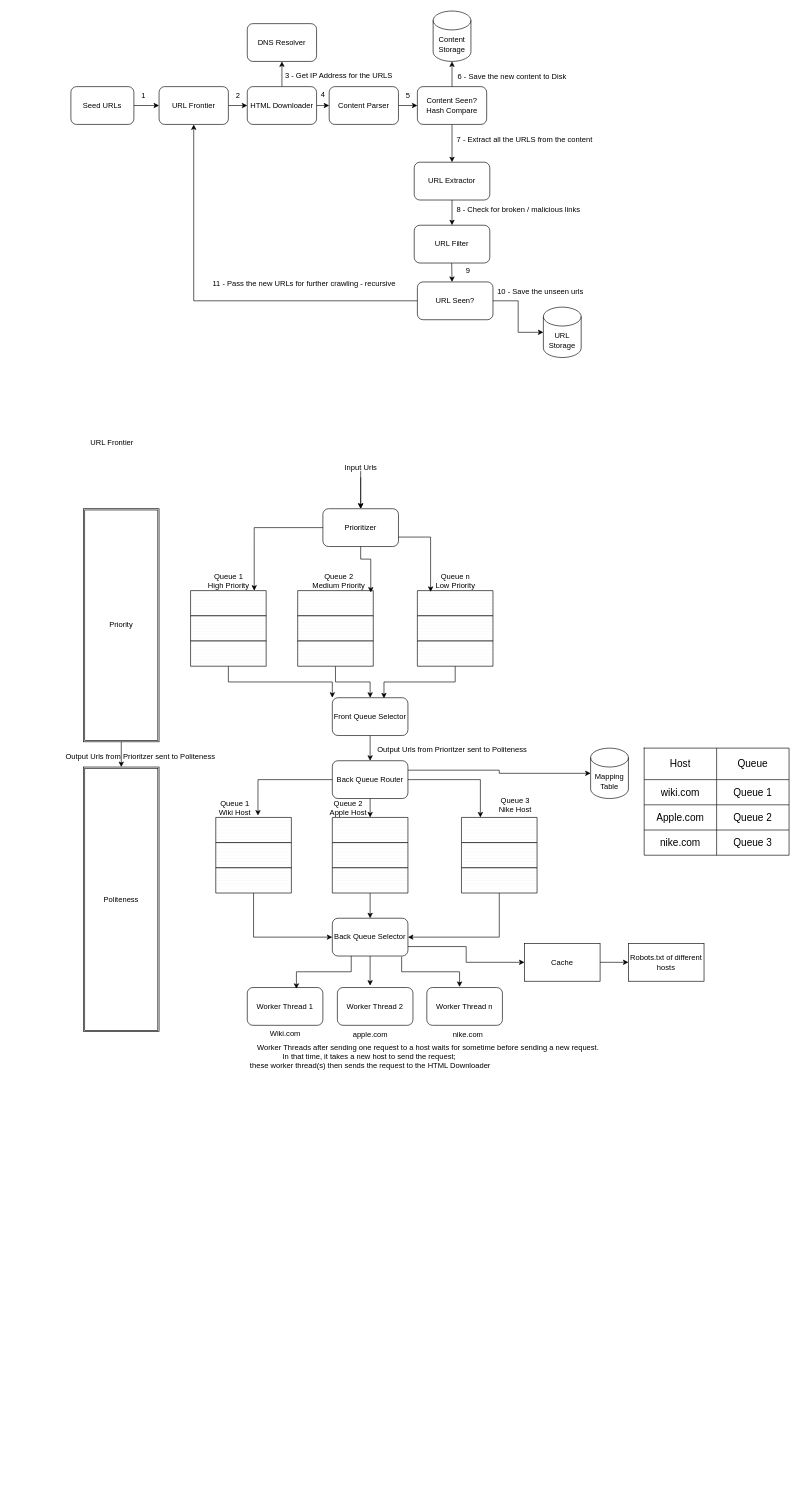
This is Web_Crawler_Detailed.drawio from tarjaneed/system-design, a draw.io file, before an edit. Source tidied: cells renumbered, new cells numbered last; positions are measured from the earlier drawing's top-left corner, leaving out a move shared by most shapes. Both pictures are drawn from the tidied source at 63%, with x=0, y=0 at pixel (58, 11).
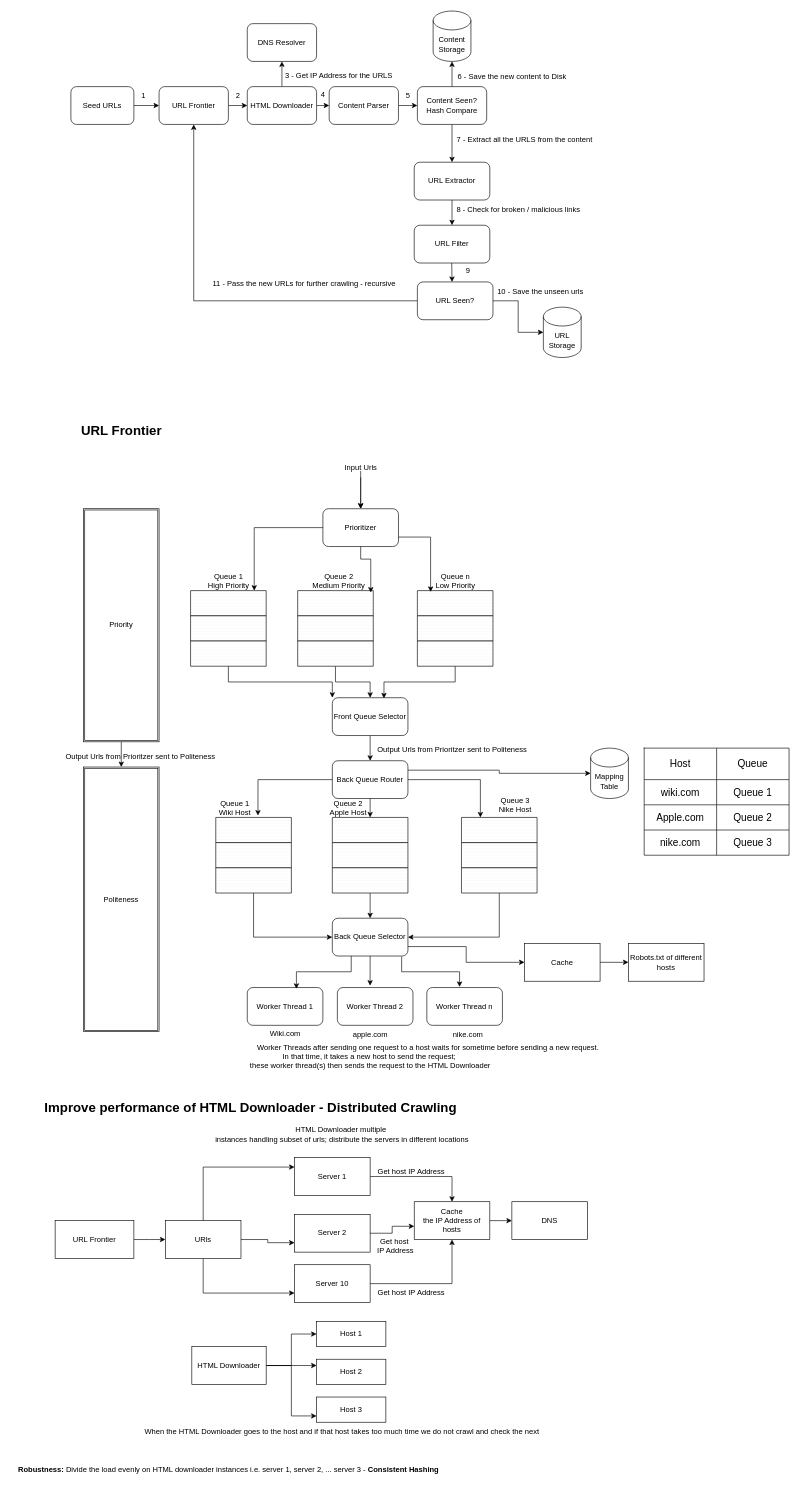
The same page after the edit.

What changed in the source:
```diff
@@
-    <mxCell id="100" value="URL Frontier" style="text;html=1;align=center;verticalAlign=middle;strokeColor=none;fillColor=none;" parent="1" vertex="1">
-      <mxGeometry x="40" y="670" width="90" height="30" as="geometry" />
+    <mxCell id="100" value="URL Frontier" style="text;html=1;align=center;verticalAlign=middle;strokeColor=none;fillColor=none;fontSize=21;fontStyle=1;" parent="1" vertex="1">
+      <mxGeometry x="30" y="645" width="140" height="40" as="geometry" />
     </mxCell>
@@
+    <mxCell id="114" value="Improve performance of HTML Downloader - Distributed Crawling" style="text;html=1;align=center;verticalAlign=middle;strokeColor=none;fillColor=none;fontStyle=1;fontSize=21;" parent="1" vertex="1">
+      <mxGeometry x="-10" y="1720" width="630" height="40" as="geometry" />
+    </mxCell>
+    <mxCell id="115" style="edgeStyle=orthogonalEdgeStyle;rounded=0;jettySize=auto;html=1;exitX=1;exitY=0.5;exitDx=0;exitDy=0;" parent="1" edge="1" source="116" target="129">
+      <mxGeometry relative="1" as="geometry" />
+    </mxCell>
+    <mxCell id="116" value="Server 1" style="rounded=0;whiteSpace=wrap;html=1;" parent="1" vertex="1">
+      <mxGeometry x="375" y="1820" width="120" height="60" as="geometry" />
+    </mxCell>
+    <mxCell id="117" value="Server 2" style="rounded=0;whiteSpace=wrap;html=1;" parent="1" vertex="1">
+      <mxGeometry x="375" y="1910" width="120" height="60" as="geometry" />
+    </mxCell>
+    <mxCell id="118" style="edgeStyle=orthogonalEdgeStyle;rounded=0;jettySize=auto;html=1;exitX=1;exitY=0.5;exitDx=0;exitDy=0;entryX=0.5;entryY=1;entryDx=0;entryDy=0;" parent="1" edge="1" source="119" target="129">
+      <mxGeometry relative="1" as="geometry" />
+    </mxCell>
+    <mxCell id="119" value="Server 10" style="rounded=0;whiteSpace=wrap;html=1;" parent="1" vertex="1">
+      <mxGeometry x="375" y="1990" width="120" height="60" as="geometry" />
+    </mxCell>
+    <mxCell id="120" style="edgeStyle=orthogonalEdgeStyle;rounded=0;jettySize=auto;html=1;" parent="1" edge="1" source="121">
+      <mxGeometry relative="1" as="geometry">
+        <mxPoint x="170" y="1950" as="targetPoint" />
+      </mxGeometry>
+    </mxCell>
+    <mxCell id="121" value="URL Frontier" style="rounded=0;whiteSpace=wrap;html=1;" parent="1" vertex="1">
+      <mxGeometry x="-5" y="1920" width="125" height="60" as="geometry" />
+    </mxCell>
+    <mxCell id="122" style="edgeStyle=orthogonalEdgeStyle;rounded=0;jettySize=auto;html=1;entryX=0;entryY=0.25;entryDx=0;entryDy=0;exitX=0.5;exitY=0;exitDx=0;exitDy=0;" parent="1" edge="1" source="125" target="116">
+      <mxGeometry relative="1" as="geometry" />
+    </mxCell>
+    <mxCell id="123" style="edgeStyle=orthogonalEdgeStyle;rounded=0;jettySize=auto;html=1;exitX=1;exitY=0.5;exitDx=0;exitDy=0;entryX=0;entryY=0.75;entryDx=0;entryDy=0;" parent="1" edge="1" source="125" target="117">
+      <mxGeometry relative="1" as="geometry" />
+    </mxCell>
+    <mxCell id="124" style="edgeStyle=orthogonalEdgeStyle;rounded=0;jettySize=auto;html=1;exitX=0.5;exitY=1;exitDx=0;exitDy=0;entryX=0;entryY=0.75;entryDx=0;entryDy=0;" parent="1" edge="1" source="125" target="119">
+      <mxGeometry relative="1" as="geometry" />
+    </mxCell>
+    <mxCell id="125" value="URls" style="rounded=0;whiteSpace=wrap;html=1;" parent="1" vertex="1">
+      <mxGeometry x="170" y="1920" width="120" height="60" as="geometry" />
+    </mxCell>
+    <mxCell id="126" value="HTML Downloader multiple&amp;nbsp;&lt;div&gt;instances handling subset of urls; distribute the servers in different locations&lt;/div&gt;" style="text;html=1;align=center;verticalAlign=middle;strokeColor=none;fillColor=none;" parent="1" vertex="1">
+      <mxGeometry x="235" y="1763" width="430" height="40" as="geometry" />
+    </mxCell>
+    <mxCell id="127" value="DNS" style="rounded=0;whiteSpace=wrap;html=1;" parent="1" vertex="1">
+      <mxGeometry x="720" y="1890" width="120" height="60" as="geometry" />
+    </mxCell>
+    <mxCell id="128" style="edgeStyle=orthogonalEdgeStyle;rounded=0;jettySize=auto;html=1;exitX=1;exitY=0.5;exitDx=0;exitDy=0;entryX=0;entryY=0.5;entryDx=0;entryDy=0;" parent="1" edge="1" source="129" target="127">
+      <mxGeometry relative="1" as="geometry" />
+    </mxCell>
+    <mxCell id="129" value="Cache&lt;br&gt;the IP Address of hosts" style="rounded=0;whiteSpace=wrap;html=1;" parent="1" vertex="1">
+      <mxGeometry x="565" y="1890" width="120" height="60" as="geometry" />
+    </mxCell>
+    <mxCell id="130" style="edgeStyle=orthogonalEdgeStyle;rounded=0;jettySize=auto;html=1;exitX=1;exitY=0.5;exitDx=0;exitDy=0;entryX=0;entryY=0.65;entryDx=0;entryDy=0;entryPerimeter=0;" parent="1" edge="1" source="117" target="129">
+      <mxGeometry relative="1" as="geometry" />
+    </mxCell>
+    <mxCell id="131" value="Get host IP Address" style="text;html=1;align=center;verticalAlign=middle;strokeColor=none;fillColor=none;" parent="1" vertex="1">
+      <mxGeometry x="495" y="1828" width="130" height="30" as="geometry" />
+    </mxCell>
+    <mxCell id="132" value="Get host IP Address" style="text;html=1;align=center;verticalAlign=middle;strokeColor=none;fillColor=none;" parent="1" vertex="1">
+      <mxGeometry x="495" y="2020" width="130" height="30" as="geometry" />
+    </mxCell>
+    <mxCell id="133" value="Get host&amp;nbsp;&lt;div&gt;IP Address&lt;/div&gt;" style="text;html=1;align=center;verticalAlign=middle;strokeColor=none;fillColor=none;" parent="1" vertex="1">
+      <mxGeometry x="495" y="1940" width="80" height="40" as="geometry" />
+    </mxCell>
+    <mxCell id="134" value="When the HTML Downloader goes to the host and if that host takes too much time we do not crawl and check the next" style="text;html=1;align=center;verticalAlign=middle;strokeColor=none;fillColor=none;" parent="1" vertex="1">
+      <mxGeometry x="125" y="2240" width="650" height="30" as="geometry" />
+    </mxCell>
+    <mxCell id="135" style="edgeStyle=orthogonalEdgeStyle;rounded=0;jettySize=auto;html=1;exitX=1;exitY=0.5;exitDx=0;exitDy=0;entryX=0;entryY=0.5;entryDx=0;entryDy=0;" parent="1" edge="1" source="138" target="139">
+      <mxGeometry relative="1" as="geometry" />
+    </mxCell>
+    <mxCell id="136" style="edgeStyle=orthogonalEdgeStyle;rounded=0;jettySize=auto;html=1;entryX=0;entryY=0.75;entryDx=0;entryDy=0;" parent="1" edge="1" source="138" target="141">
+      <mxGeometry relative="1" as="geometry" />
+    </mxCell>
+    <mxCell id="137" style="edgeStyle=orthogonalEdgeStyle;rounded=0;jettySize=auto;html=1;entryX=0;entryY=0.25;entryDx=0;entryDy=0;" parent="1" edge="1" source="138" target="140">
+      <mxGeometry relative="1" as="geometry" />
+    </mxCell>
+    <mxCell id="138" value="HTML Downloader" style="rounded=0;whiteSpace=wrap;html=1;" parent="1" vertex="1">
+      <mxGeometry x="212" y="2120" width="118" height="60" as="geometry" />
+    </mxCell>
+    <mxCell id="139" value="Host 1" style="rounded=0;whiteSpace=wrap;html=1;" parent="1" vertex="1">
+      <mxGeometry x="410" y="2080" width="110" height="40" as="geometry" />
+    </mxCell>
+    <mxCell id="140" value="Host 2" style="rounded=0;whiteSpace=wrap;html=1;" parent="1" vertex="1">
+      <mxGeometry x="410" y="2140" width="110" height="40" as="geometry" />
+    </mxCell>
+    <mxCell id="141" value="Host 3" style="rounded=0;whiteSpace=wrap;html=1;" parent="1" vertex="1">
+      <mxGeometry x="410" y="2200" width="110" height="40" as="geometry" />
+    </mxCell>
+    <mxCell id="142" value="&lt;b&gt;Robustness:&lt;/b&gt; Divide the load evenly on HTML downloader instances i.e. server 1, server 2, ... server 3 - &lt;b&gt;Consistent Hashing&lt;/b&gt;" style="text;html=1;align=center;verticalAlign=middle;strokeColor=none;fillColor=none;" parent="1" vertex="1">
+      <mxGeometry x="-75" y="2300" width="690" height="30" as="geometry" />
+    </mxCell>
```
